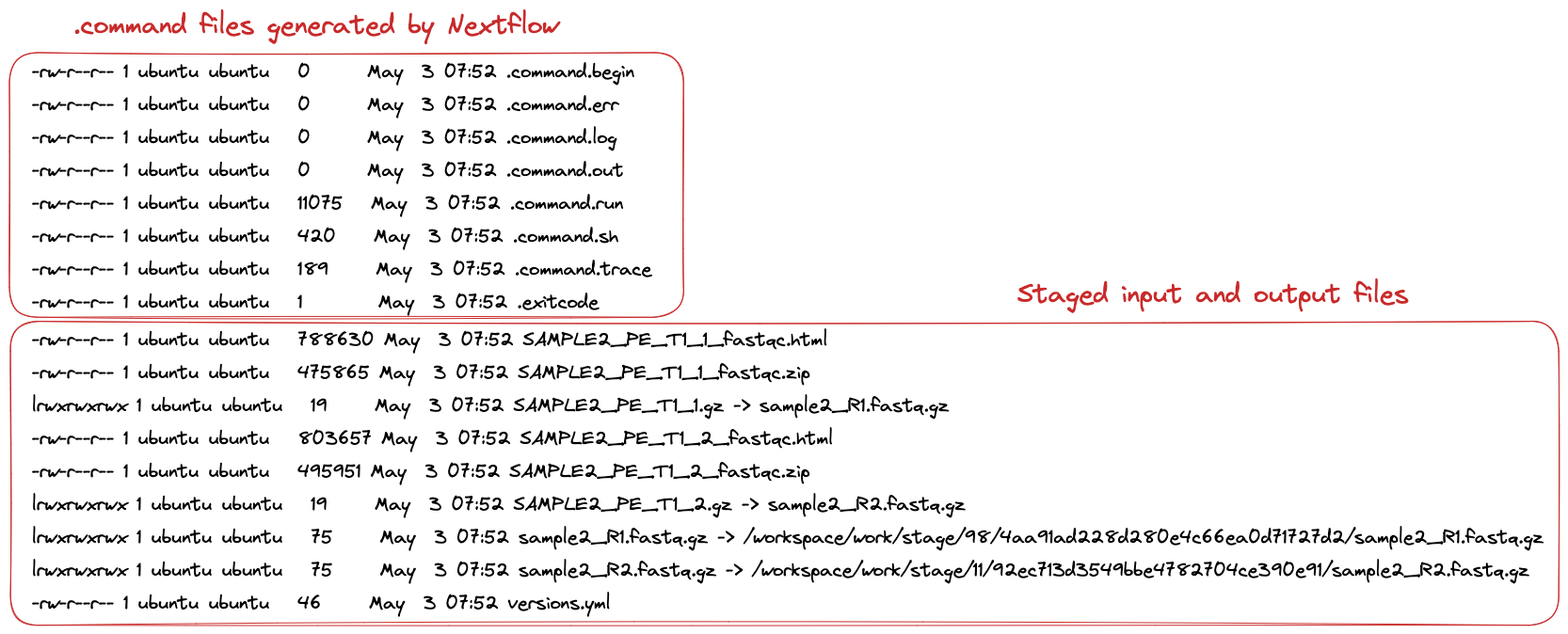
The Excalidraw diagram docs/figs/1.1_lsla.excalidraw.png in Sydney-Informatics-Hub/customising-nfcore-workshop, before a commit. Source tidied: one line per element, renumbered; positions are measured from the earlier drawing's top-left corner, leaving out a move shared by most shapes. The source it was exported from:
```json
{"id": 0, "type": "text", "text": "-rw-r--r-- 1 ubuntu ubuntu   0      May  3 07:52 .command.begin", "strokeColor": "#000000", "strokeWidth": 1, "roughness": 1, "fontSize": 20, "fontFamily": 1, "x": 24, "y": 54, "width": 640, "height": 25}
{"id": 1, "type": "text", "text": "-rw-r--r-- 1 ubuntu ubuntu   0      May  3 07:52 .command.err", "strokeColor": "#000000", "strokeWidth": 1, "roughness": 1, "fontSize": 20, "fontFamily": 1, "x": 24, "y": 89, "width": 623, "height": 25}
{"id": 2, "type": "text", "text": "-rw-r--r-- 1 ubuntu ubuntu   0      May  3 07:52 .command.log", "strokeColor": "#000000", "strokeWidth": 1, "roughness": 1, "fontSize": 20, "fontFamily": 1, "x": 24, "y": 124, "width": 622, "height": 25}
{"id": 3, "type": "text", "text": "-rw-r--r-- 1 ubuntu ubuntu   0      May  3 07:52 .command.out", "strokeColor": "#000000", "strokeWidth": 1, "roughness": 1, "fontSize": 20, "fontFamily": 1, "x": 24, "y": 159, "width": 629, "height": 25}
{"id": 4, "type": "text", "text": "-rw-r--r-- 1 ubuntu ubuntu   11075   May  3 07:52 .command.run", "strokeColor": "#000000", "strokeWidth": 1, "roughness": 1, "fontSize": 20, "fontFamily": 1, "x": 24, "y": 194, "width": 629, "height": 25}
{"id": 5, "type": "text", "text": "-rw-r--r-- 1 ubuntu ubuntu   420    May  3 07:52 .command.sh", "strokeColor": "#000000", "strokeWidth": 1, "roughness": 1, "fontSize": 20, "fontFamily": 1, "x": 24, "y": 229, "width": 623, "height": 25}
{"id": 6, "type": "text", "text": "-rw-r--r-- 1 ubuntu ubuntu   189     May  3 07:52 .command.trace", "strokeColor": "#000000", "strokeWidth": 1, "roughness": 1, "fontSize": 20, "fontFamily": 1, "x": 24, "y": 264, "width": 659, "height": 25}
{"id": 7, "type": "text", "text": "-rw-r--r-- 1 ubuntu ubuntu   1        May  3 07:52 .exitcode", "strokeColor": "#000000", "strokeWidth": 1, "roughness": 1, "fontSize": 20, "fontFamily": 1, "x": 24, "y": 299, "width": 602, "height": 25}
{"id": 8, "type": "text", "text": "-rw-r--r-- 1 ubuntu ubuntu   788630 May  3 07:52 SAMPLE2_PE_T1_1_fastqc.html", "strokeColor": "#000000", "strokeWidth": 1, "roughness": 1, "fontSize": 20, "fontFamily": 1, "x": 24, "y": 339, "width": 846, "height": 25}
{"id": 9, "type": "text", "text": "-rw-r--r-- 1 ubuntu ubuntu   475865 May  3 07:52 SAMPLE2_PE_T1_1_fastqc.zip", "strokeColor": "#000000", "strokeWidth": 1, "roughness": 1, "fontSize": 20, "fontFamily": 1, "x": 24, "y": 374, "width": 827, "height": 25}
{"id": 10, "type": "text", "text": "lrwxrwxrwx 1 ubuntu ubuntu   19     May  3 07:52 SAMPLE2_PE_T1_1.gz -> sample2_R1.fastq.gz", "strokeColor": "#000000", "strokeWidth": 1, "roughness": 1, "fontSize": 20, "fontFamily": 1, "x": 24, "y": 409, "width": 974, "height": 25}
{"id": 11, "type": "text", "text": "-rw-r--r-- 1 ubuntu ubuntu   803657 May  3 07:52 SAMPLE2_PE_T1_2_fastqc.html", "strokeColor": "#000000", "strokeWidth": 1, "roughness": 1, "fontSize": 20, "fontFamily": 1, "x": 24, "y": 444, "width": 851, "height": 25}
{"id": 12, "type": "text", "text": "-rw-r--r-- 1 ubuntu ubuntu   495951 May  3 07:52 SAMPLE2_PE_T1_2_fastqc.zip", "strokeColor": "#000000", "strokeWidth": 1, "roughness": 1, "fontSize": 20, "fontFamily": 1, "x": 24, "y": 479, "width": 827, "height": 25}
{"id": 13, "type": "text", "text": "lrwxrwxrwx 1 ubuntu ubuntu   19     May  3 07:52 SAMPLE2_PE_T1_2.gz -> sample2_R2.fastq.gz", "strokeColor": "#000000", "strokeWidth": 1, "roughness": 1, "fontSize": 20, "fontFamily": 1, "x": 24, "y": 514, "width": 992, "height": 25}
{"id": 14, "type": "text", "text": "lrwxrwxrwx 1 ubuntu ubuntu   75     May  3 07:52 sample2_R1.fastq.gz -> /workspace/work/stage/98/4aa91ad228d280e4c66ea0d71727d2/sample2_R1.fastq.gz", "strokeColor": "#000000", "strokeWidth": 1, "roughness": 1, "fontSize": 20, "fontFamily": 1, "x": 24, "y": 549, "width": 1606, "height": 25}
{"id": 15, "type": "text", "text": "lrwxrwxrwx 1 ubuntu ubuntu   75     May  3 07:52 sample2_R2.fastq.gz -> /workspace/work/stage/11/92ec713d3549bbe4782704ce390e91/sample2_R2.fastq.gz", "strokeColor": "#000000", "strokeWidth": 1, "roughness": 1, "fontSize": 20, "fontFamily": 1, "x": 24, "y": 584, "width": 1591, "height": 25}
{"id": 16, "type": "text", "text": "-rw-r--r-- 1 ubuntu ubuntu   46     May  3 07:52 versions.yml", "strokeColor": "#000000", "strokeWidth": 1, "roughness": 1, "fontSize": 20, "fontFamily": 1, "x": 24, "y": 619, "width": 615, "height": 25}
{"id": 17, "type": "rectangle", "strokeColor": "#c92a2a", "strokeWidth": 1, "roughness": 1, "round": true, "x": 0, "y": 46, "width": 716, "height": 281}
{"id": 18, "type": "text", "text": ".command files generated by Nextflow ", "strokeColor": "#c92a2a", "strokeWidth": 1, "roughness": 1, "fontSize": 28, "fontFamily": 1, "x": 68, "y": 0, "width": 529, "height": 35}
{"id": 19, "type": "rectangle", "strokeColor": "#c92a2a", "strokeWidth": 1, "roughness": 1, "round": true, "x": 1, "y": 332, "width": 1645, "height": 323}
{"id": 20, "type": "text", "text": "Staged input and output files ", "strokeColor": "#c92a2a", "strokeWidth": 1, "roughness": 1, "fontSize": 28, "fontFamily": 1, "x": 1071, "y": 286, "width": 430, "height": 35}
```
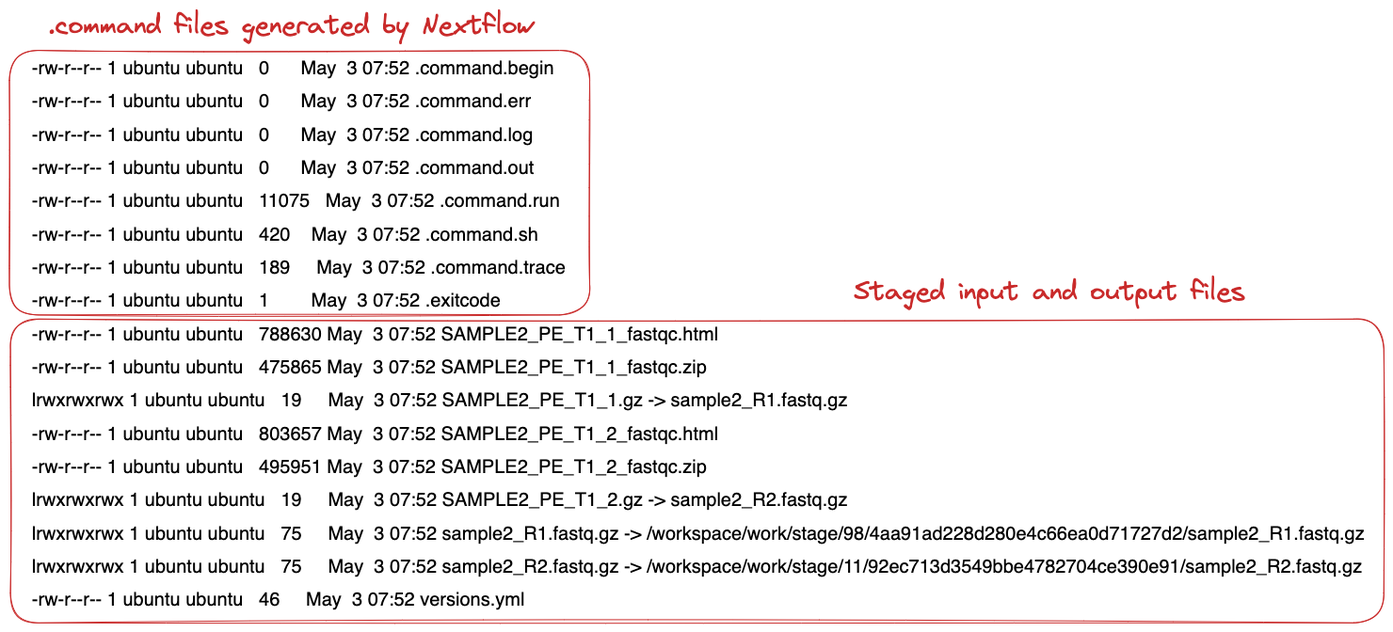
After the change.

Change to the diagram source:
```diff
@@ -1,21 +1,21 @@
-{"id": 0, "type": "text", "text": "-rw-r--r-- 1 ubuntu ubuntu   0      May  3 07:52 .command.begin", "strokeColor": "#000000", "strokeWidth": 1, "roughness": 1, "fontSize": 20, "fontFamily": 1, "x": 24, "y": 54, "width": 640, "height": 25}
+{"id": 0, "type": "text", "text": "-rw-r--r-- 1 ubuntu ubuntu   0      May  3 07:52 .command.begin", "strokeColor": "#000000", "strokeWidth": 1, "roughness": 1, "fontSize": 20, "fontFamily": 2, "x": 24, "y": 54, "width": 555, "height": 23}
-{"id": 1, "type": "text", "text": "-rw-r--r-- 1 ubuntu ubuntu   0      May  3 07:52 .command.err", "strokeColor": "#000000", "strokeWidth": 1, "roughness": 1, "fontSize": 20, "fontFamily": 1, "x": 24, "y": 89, "width": 623, "height": 25}
+{"id": 1, "type": "text", "text": "-rw-r--r-- 1 ubuntu ubuntu   0      May  3 07:52 .command.err", "strokeColor": "#000000", "strokeWidth": 1, "roughness": 1, "fontSize": 20, "fontFamily": 2, "x": 24, "y": 89, "width": 530, "height": 23}
-{"id": 2, "type": "text", "text": "-rw-r--r-- 1 ubuntu ubuntu   0      May  3 07:52 .command.log", "strokeColor": "#000000", "strokeWidth": 1, "roughness": 1, "fontSize": 20, "fontFamily": 1, "x": 24, "y": 124, "width": 622, "height": 25}
+{"id": 2, "type": "text", "text": "-rw-r--r-- 1 ubuntu ubuntu   0      May  3 07:52 .command.log", "strokeColor": "#000000", "strokeWidth": 1, "roughness": 1, "fontSize": 20, "fontFamily": 2, "x": 24, "y": 124, "width": 532, "height": 23}
-{"id": 3, "type": "text", "text": "-rw-r--r-- 1 ubuntu ubuntu   0      May  3 07:52 .command.out", "strokeColor": "#000000", "strokeWidth": 1, "roughness": 1, "fontSize": 20, "fontFamily": 1, "x": 24, "y": 159, "width": 629, "height": 25}
+{"id": 3, "type": "text", "text": "-rw-r--r-- 1 ubuntu ubuntu   0      May  3 07:52 .command.out", "strokeColor": "#000000", "strokeWidth": 1, "roughness": 1, "fontSize": 20, "fontFamily": 2, "x": 24, "y": 159, "width": 534, "height": 23}
-{"id": 4, "type": "text", "text": "-rw-r--r-- 1 ubuntu ubuntu   11075   May  3 07:52 .command.run", "strokeColor": "#000000", "strokeWidth": 1, "roughness": 1, "fontSize": 20, "fontFamily": 1, "x": 24, "y": 194, "width": 629, "height": 25}
+{"id": 4, "type": "text", "text": "-rw-r--r-- 1 ubuntu ubuntu   11075   May  3 07:52 .command.run", "strokeColor": "#000000", "strokeWidth": 1, "roughness": 1, "fontSize": 20, "fontFamily": 2, "x": 24, "y": 195, "width": 561, "height": 23}
-{"id": 5, "type": "text", "text": "-rw-r--r-- 1 ubuntu ubuntu   420    May  3 07:52 .command.sh", "strokeColor": "#000000", "strokeWidth": 1, "roughness": 1, "fontSize": 20, "fontFamily": 1, "x": 24, "y": 229, "width": 623, "height": 25}
+{"id": 5, "type": "text", "text": "-rw-r--r-- 1 ubuntu ubuntu   420    May  3 07:52 .command.sh", "strokeColor": "#000000", "strokeWidth": 1, "roughness": 1, "fontSize": 20, "fontFamily": 2, "x": 24, "y": 230, "width": 538, "height": 23}
-{"id": 6, "type": "text", "text": "-rw-r--r-- 1 ubuntu ubuntu   189     May  3 07:52 .command.trace", "strokeColor": "#000000", "strokeWidth": 1, "roughness": 1, "fontSize": 20, "fontFamily": 1, "x": 24, "y": 264, "width": 659, "height": 25}
+{"id": 6, "type": "text", "text": "-rw-r--r-- 1 ubuntu ubuntu   189     May  3 07:52 .command.trace", "strokeColor": "#000000", "strokeWidth": 1, "roughness": 1, "fontSize": 20, "fontFamily": 2, "x": 24, "y": 265, "width": 567, "height": 23}
-{"id": 7, "type": "text", "text": "-rw-r--r-- 1 ubuntu ubuntu   1        May  3 07:52 .exitcode", "strokeColor": "#000000", "strokeWidth": 1, "roughness": 1, "fontSize": 20, "fontFamily": 1, "x": 24, "y": 299, "width": 602, "height": 25}
+{"id": 7, "type": "text", "text": "-rw-r--r-- 1 ubuntu ubuntu   1        May  3 07:52 .exitcode", "strokeColor": "#000000", "strokeWidth": 1, "roughness": 1, "fontSize": 20, "fontFamily": 2, "x": 24, "y": 301, "width": 498, "height": 23}
-{"id": 8, "type": "text", "text": "-rw-r--r-- 1 ubuntu ubuntu   788630 May  3 07:52 SAMPLE2_PE_T1_1_fastqc.html", "strokeColor": "#000000", "strokeWidth": 1, "roughness": 1, "fontSize": 20, "fontFamily": 1, "x": 24, "y": 339, "width": 846, "height": 25}
+{"id": 8, "type": "text", "text": "-rw-r--r-- 1 ubuntu ubuntu   788630 May  3 07:52 SAMPLE2_PE_T1_1_fastqc.html", "strokeColor": "#000000", "strokeWidth": 1, "roughness": 1, "fontSize": 20, "fontFamily": 2, "x": 24, "y": 336, "width": 729, "height": 23}
-{"id": 9, "type": "text", "text": "-rw-r--r-- 1 ubuntu ubuntu   475865 May  3 07:52 SAMPLE2_PE_T1_1_fastqc.zip", "strokeColor": "#000000", "strokeWidth": 1, "roughness": 1, "fontSize": 20, "fontFamily": 1, "x": 24, "y": 374, "width": 827, "height": 25}
+{"id": 9, "type": "text", "text": "-rw-r--r-- 1 ubuntu ubuntu   475865 May  3 07:52 SAMPLE2_PE_T1_1_fastqc.zip", "strokeColor": "#000000", "strokeWidth": 1, "roughness": 1, "fontSize": 20, "fontFamily": 2, "x": 24, "y": 371, "width": 717, "height": 23}
-{"id": 10, "type": "text", "text": "lrwxrwxrwx 1 ubuntu ubuntu   19     May  3 07:52 SAMPLE2_PE_T1_1.gz -> sample2_R1.fastq.gz", "strokeColor": "#000000", "strokeWidth": 1, "roughness": 1, "fontSize": 20, "fontFamily": 1, "x": 24, "y": 409, "width": 974, "height": 25}
+{"id": 10, "type": "text", "text": "lrwxrwxrwx 1 ubuntu ubuntu   19     May  3 07:52 SAMPLE2_PE_T1_1.gz -> sample2_R1.fastq.gz", "strokeColor": "#000000", "strokeWidth": 1, "roughness": 1, "fontSize": 20, "fontFamily": 2, "x": 24, "y": 407, "width": 867, "height": 23}
-{"id": 11, "type": "text", "text": "-rw-r--r-- 1 ubuntu ubuntu   803657 May  3 07:52 SAMPLE2_PE_T1_2_fastqc.html", "strokeColor": "#000000", "strokeWidth": 1, "roughness": 1, "fontSize": 20, "fontFamily": 1, "x": 24, "y": 444, "width": 851, "height": 25}
+{"id": 11, "type": "text", "text": "-rw-r--r-- 1 ubuntu ubuntu   803657 May  3 07:52 SAMPLE2_PE_T1_2_fastqc.html", "strokeColor": "#000000", "strokeWidth": 1, "roughness": 1, "fontSize": 20, "fontFamily": 2, "x": 24, "y": 442, "width": 729, "height": 23}
-{"id": 12, "type": "text", "text": "-rw-r--r-- 1 ubuntu ubuntu   495951 May  3 07:52 SAMPLE2_PE_T1_2_fastqc.zip", "strokeColor": "#000000", "strokeWidth": 1, "roughness": 1, "fontSize": 20, "fontFamily": 1, "x": 24, "y": 479, "width": 827, "height": 25}
+{"id": 12, "type": "text", "text": "-rw-r--r-- 1 ubuntu ubuntu   495951 May  3 07:52 SAMPLE2_PE_T1_2_fastqc.zip", "strokeColor": "#000000", "strokeWidth": 1, "roughness": 1, "fontSize": 20, "fontFamily": 2, "x": 24, "y": 477, "width": 717, "height": 23}
-{"id": 13, "type": "text", "text": "lrwxrwxrwx 1 ubuntu ubuntu   19     May  3 07:52 SAMPLE2_PE_T1_2.gz -> sample2_R2.fastq.gz", "strokeColor": "#000000", "strokeWidth": 1, "roughness": 1, "fontSize": 20, "fontFamily": 1, "x": 24, "y": 514, "width": 992, "height": 25}
+{"id": 13, "type": "text", "text": "lrwxrwxrwx 1 ubuntu ubuntu   19     May  3 07:52 SAMPLE2_PE_T1_2.gz -> sample2_R2.fastq.gz", "strokeColor": "#000000", "strokeWidth": 1, "roughness": 1, "fontSize": 20, "fontFamily": 2, "x": 24, "y": 513, "width": 867, "height": 23}
-{"id": 14, "type": "text", "text": "lrwxrwxrwx 1 ubuntu ubuntu   75     May  3 07:52 sample2_R1.fastq.gz -> /workspace/work/stage/98/4aa91ad228d280e4c66ea0d71727d2/sample2_R1.fastq.gz", "strokeColor": "#000000", "strokeWidth": 1, "roughness": 1, "fontSize": 20, "fontFamily": 1, "x": 24, "y": 549, "width": 1606, "height": 25}
+{"id": 14, "type": "text", "text": "lrwxrwxrwx 1 ubuntu ubuntu   75     May  3 07:52 sample2_R1.fastq.gz -> /workspace/work/stage/98/4aa91ad228d280e4c66ea0d71727d2/sample2_R1.fastq.gz", "strokeColor": "#000000", "strokeWidth": 1, "roughness": 1, "fontSize": 20, "fontFamily": 2, "x": 24, "y": 548, "width": 1416, "height": 23}
-{"id": 15, "type": "text", "text": "lrwxrwxrwx 1 ubuntu ubuntu   75     May  3 07:52 sample2_R2.fastq.gz -> /workspace/work/stage/11/92ec713d3549bbe4782704ce390e91/sample2_R2.fastq.gz", "strokeColor": "#000000", "strokeWidth": 1, "roughness": 1, "fontSize": 20, "fontFamily": 1, "x": 24, "y": 584, "width": 1591, "height": 25}
+{"id": 15, "type": "text", "text": "lrwxrwxrwx 1 ubuntu ubuntu   75     May  3 07:52 sample2_R2.fastq.gz -> /workspace/work/stage/11/92ec713d3549bbe4782704ce390e91/sample2_R2.fastq.gz", "strokeColor": "#000000", "strokeWidth": 1, "roughness": 1, "fontSize": 20, "fontFamily": 2, "x": 24, "y": 583, "width": 1413, "height": 23}
-{"id": 16, "type": "text", "text": "-rw-r--r-- 1 ubuntu ubuntu   46     May  3 07:52 versions.yml", "strokeColor": "#000000", "strokeWidth": 1, "roughness": 1, "fontSize": 20, "fontFamily": 1, "x": 24, "y": 619, "width": 615, "height": 25}
+{"id": 16, "type": "text", "text": "-rw-r--r-- 1 ubuntu ubuntu   46     May  3 07:52 versions.yml", "strokeColor": "#000000", "strokeWidth": 1, "roughness": 1, "fontSize": 20, "fontFamily": 2, "x": 24, "y": 619, "width": 524, "height": 23}
-{"id": 17, "type": "rectangle", "strokeColor": "#c92a2a", "strokeWidth": 1, "roughness": 1, "round": true, "x": 0, "y": 46, "width": 716, "height": 281}
+{"id": 17, "type": "rectangle", "strokeColor": "#c92a2a", "strokeWidth": 1, "roughness": 1, "round": true, "x": 0, "y": 46, "width": 617, "height": 281}
-{"id": 18, "type": "text", "text": ".command files generated by Nextflow ", "strokeColor": "#c92a2a", "strokeWidth": 1, "roughness": 1, "fontSize": 28, "fontFamily": 1, "x": 68, "y": 0, "width": 529, "height": 35}
+{"id": 18, "type": "text", "text": ".command files generated by Nextflow ", "strokeColor": "#c92a2a", "strokeWidth": 1, "roughness": 1, "fontSize": 28, "fontFamily": 1, "x": 41, "y": 2, "width": 529, "height": 35}
-{"id": 19, "type": "rectangle", "strokeColor": "#c92a2a", "strokeWidth": 1, "roughness": 1, "round": true, "x": 1, "y": 332, "width": 1645, "height": 323}
+{"id": 19, "type": "rectangle", "strokeColor": "#c92a2a", "strokeWidth": 1, "roughness": 1, "round": true, "x": 1, "y": 332, "width": 1459, "height": 323}
-{"id": 20, "type": "text", "text": "Staged input and output files ", "strokeColor": "#c92a2a", "strokeWidth": 1, "roughness": 1, "fontSize": 28, "fontFamily": 1, "x": 1071, "y": 286, "width": 430, "height": 35}
+{"id": 20, "type": "text", "text": "Staged input and output files ", "strokeColor": "#c92a2a", "strokeWidth": 1, "roughness": 1, "fontSize": 28, "fontFamily": 1, "x": 897, "y": 285, "width": 430, "height": 35}
```
